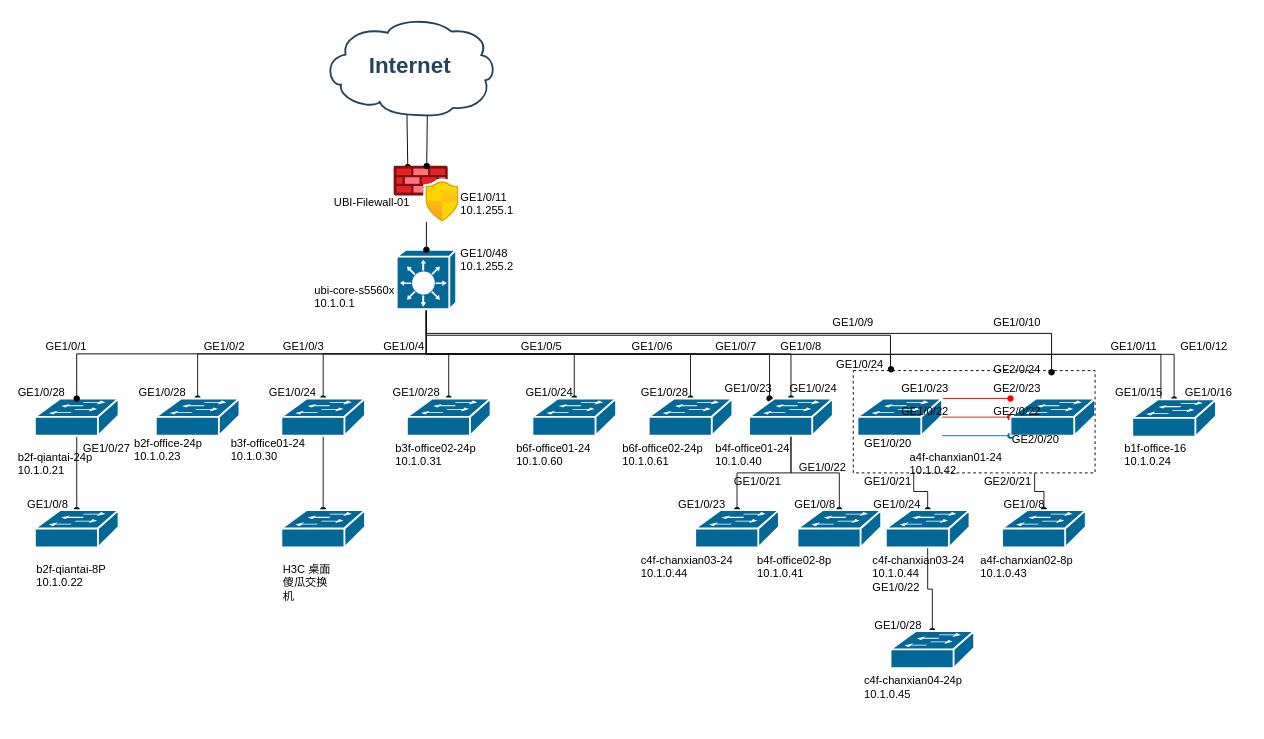
wz-sk/test keeps this draw.io diagram as 拓扑图.drawio. Above is the earlier version. Source tidied: cells renumbered, new cells numbered last; positions are measured from the earlier drawing's top-left corner, leaving out a move shared by most shapes. Both pictures are drawn from the tidied source at 93%, with x=0, y=0 at pixel (16, 17).
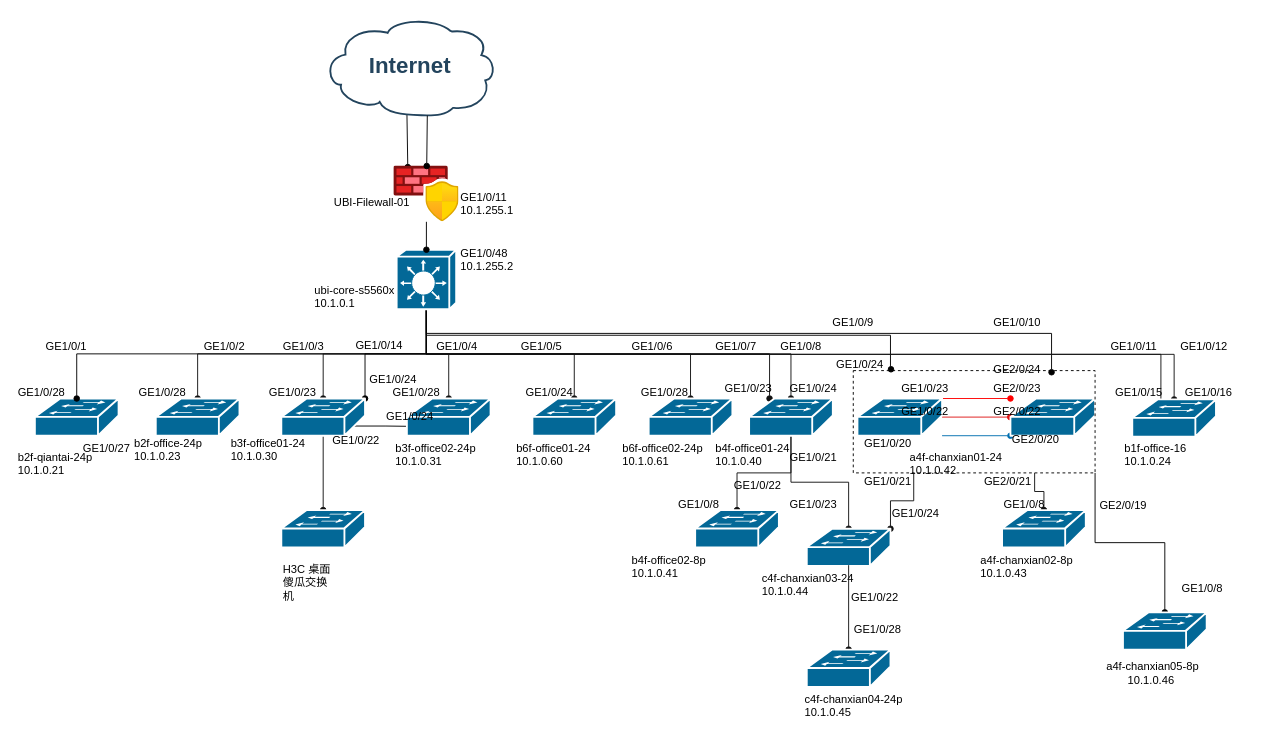
The same diagram, later.

Commit message:
拓扑图更新

Unchanged cells that the change refers to:
```xml
<mxCell id="5" style="shape=mxgraph.cisco.switches.workgroup_switch;sketch=0;html=1;dashed=0;fillColor=#036897;strokeColor=#ffffff;strokeWidth=2;verticalLabelPosition=bottom;verticalAlign=top;align=center;outlineConnect=0;" parent="1" vertex="1">
  <mxGeometry x="20" y="410" width="90" height="40" as="geometry" />
</mxCell>
<mxCell id="18" style="shape=mxgraph.cisco.switches.layer_3_switch;sketch=0;html=1;dashed=0;fillColor=#036897;strokeColor=#ffffff;strokeWidth=2;verticalLabelPosition=bottom;verticalAlign=top;align=center;outlineConnect=0;" parent="1" vertex="1">
  <mxGeometry x="409" y="250" width="64" height="64" as="geometry" />
</mxCell>
<mxCell id="68" style="shape=mxgraph.cisco.switches.workgroup_switch;sketch=0;html=1;dashed=0;fillColor=#036897;strokeColor=#ffffff;strokeWidth=2;verticalLabelPosition=bottom;verticalAlign=top;align=center;outlineConnect=0;" parent="1" vertex="1">
  <mxGeometry x="285" y="410" width="90" height="40" as="geometry" />
</mxCell>
<mxCell id="69" style="shape=mxgraph.cisco.switches.workgroup_switch;sketch=0;html=1;dashed=0;fillColor=#036897;strokeColor=#ffffff;strokeWidth=2;verticalLabelPosition=bottom;verticalAlign=top;align=center;outlineConnect=0;" parent="1" vertex="1">
  <mxGeometry x="420" y="410" width="90" height="40" as="geometry" />
</mxCell>
<mxCell id="77" style="rounded=0;whiteSpace=wrap;html=1;fillColor=none;dashed=1;" parent="1" vertex="1">
  <mxGeometry x="900" y="380" width="260" height="110" as="geometry" />
</mxCell>
```

What changed in the source:
```diff
@@
-    <mxCell id="4" style="edgeStyle=orthogonalEdgeStyle;rounded=0;jettySize=auto;html=1;exitX=0.5;exitY=0.98;exitDx=0;exitDy=0;exitPerimeter=0;entryX=0.5;entryY=0;entryDx=0;entryDy=0;entryPerimeter=0;strokeColor=#121212;endArrow=oval;endFill=1;" parent="1" edge="1" source="5" target="65">
-      <mxGeometry relative="1" as="geometry" />
-    </mxCell>
@@
+    <mxCell id="111" style="edgeStyle=orthogonalEdgeStyle;rounded=0;jettySize=auto;html=1;exitX=0.5;exitY=1;exitDx=0;exitDy=0;exitPerimeter=0;entryX=1;entryY=0;entryDx=0;entryDy=0;entryPerimeter=0;endArrow=oval;endFill=1;" parent="1" edge="1" source="18" target="68">
+      <mxGeometry relative="1" as="geometry" />
+    </mxCell>
@@
-    <mxCell id="38" value="b2f-qiantai-8P&lt;br&gt;10.1.0.22" style="text;whiteSpace=wrap;html=1;" parent="1" vertex="1">
-      <mxGeometry x="20" y="580" width="110" height="40" as="geometry" />
-    </mxCell>
@@
-    <mxCell id="40" value="GE1/0/8" style="text;whiteSpace=wrap;html=1;" parent="1" vertex="1">
-      <mxGeometry x="10" y="510" width="60" height="40" as="geometry" />
-    </mxCell>
@@
-    <mxCell id="45" value="GE1/0/24" style="text;whiteSpace=wrap;html=1;" parent="1" vertex="1">
+    <mxCell id="45" value="GE1/0/23" style="text;whiteSpace=wrap;html=1;" parent="1" vertex="1">
       <mxGeometry x="270" y="390" width="70" height="40" as="geometry" />
     </mxCell>
@@
     <mxCell id="49" value="GE1/0/4" style="text;whiteSpace=wrap;html=1;" parent="1" vertex="1">
-      <mxGeometry x="393" y="340" width="57" height="40" as="geometry" />
+      <mxGeometry x="450" y="340" width="57" height="40" as="geometry" />
     </mxCell>
@@
-    <mxCell id="65" style="shape=mxgraph.cisco.switches.workgroup_switch;sketch=0;html=1;dashed=0;fillColor=#036897;strokeColor=#ffffff;strokeWidth=2;verticalLabelPosition=bottom;verticalAlign=top;align=center;outlineConnect=0;" parent="1" vertex="1">
-      <mxGeometry x="20" y="530" width="90" height="40" as="geometry" />
-    </mxCell>
@@
+    <mxCell id="112" style="edgeStyle=orthogonalEdgeStyle;rounded=0;jettySize=auto;html=1;exitX=0.87;exitY=0.74;exitDx=0;exitDy=0;exitPerimeter=0;entryX=0.111;entryY=0.75;entryDx=0;entryDy=0;entryPerimeter=0;" parent="1" edge="1" source="68" target="69">
+      <mxGeometry relative="1" as="geometry" />
+    </mxCell>
@@
-    <mxCell id="75" style="edgeStyle=orthogonalEdgeStyle;rounded=0;jettySize=auto;html=1;exitX=0.25;exitY=1;exitDx=0;exitDy=0;strokeColor=#121212;endArrow=oval;endFill=1;" parent="1" edge="1" source="77" target="99">
+    <mxCell id="75" style="edgeStyle=orthogonalEdgeStyle;rounded=0;jettySize=auto;html=1;exitX=0.25;exitY=1;exitDx=0;exitDy=0;strokeColor=#121212;endArrow=oval;endFill=1;entryX=1;entryY=0;entryDx=0;entryDy=0;entryPerimeter=0;" parent="1" edge="1" source="77" target="87">
       <mxGeometry relative="1" as="geometry" />
     </mxCell>
@@
+    <mxCell id="113" style="edgeStyle=orthogonalEdgeStyle;rounded=0;jettySize=auto;html=1;exitX=1;exitY=1;exitDx=0;exitDy=0;endArrow=oval;endFill=1;entryX=0.5;entryY=0;entryDx=0;entryDy=0;entryPerimeter=0;" parent="1" edge="1" source="77" target="118">
+      <mxGeometry relative="1" as="geometry" />
+    </mxCell>
@@
     <mxCell id="87" style="shape=mxgraph.cisco.switches.workgroup_switch;sketch=0;html=1;dashed=0;fillColor=#036897;strokeColor=#ffffff;strokeWidth=2;verticalLabelPosition=bottom;verticalAlign=top;align=center;outlineConnect=0;" parent="1" vertex="1">
-      <mxGeometry x="840" y="530" width="90" height="40" as="geometry" />
+      <mxGeometry x="850" y="550" width="90" height="40" as="geometry" />
     </mxCell>
     <mxCell id="88" value="c4f-chanxian03-24&lt;br&gt;10.1.0.44" style="text;whiteSpace=wrap;html=1;" parent="1" vertex="1">
-      <mxGeometry x="670" y="570" width="130" height="40" as="geometry" />
+      <mxGeometry x="800" y="590" width="130" height="40" as="geometry" />
     </mxCell>
     <mxCell id="89" value="GE1/0/23" style="text;whiteSpace=wrap;html=1;" parent="1" vertex="1">
-      <mxGeometry x="710" y="510" width="70" height="40" as="geometry" />
+      <mxGeometry x="830" y="510" width="70" height="40" as="geometry" />
     </mxCell>
     <mxCell id="90" value="GE1/0/21" style="text;whiteSpace=wrap;html=1;" parent="1" vertex="1">
-      <mxGeometry x="770" y="485" width="80" height="40" as="geometry" />
+      <mxGeometry x="830" y="460" width="80" height="40" as="geometry" />
     </mxCell>
     <mxCell id="91" value="b4f-office02-8p&lt;br&gt;10.1.0.41" style="text;whiteSpace=wrap;html=1;" parent="1" vertex="1">
-      <mxGeometry x="795" y="570" width="110" height="40" as="geometry" />
+      <mxGeometry x="660" y="570" width="110" height="40" as="geometry" />
     </mxCell>
     <mxCell id="92" value="GE1/0/8" style="text;whiteSpace=wrap;html=1;" parent="1" vertex="1">
-      <mxGeometry x="835" y="510" width="60" height="40" as="geometry" />
+      <mxGeometry x="710" y="510" width="60" height="40" as="geometry" />
     </mxCell>
     <mxCell id="93" value="GE1/0/22" style="text;whiteSpace=wrap;html=1;" parent="1" vertex="1">
-      <mxGeometry x="840" y="470" width="60" height="30" as="geometry" />
+      <mxGeometry x="770" y="490" width="60" height="30" as="geometry" />
     </mxCell>
@@
-    <mxCell id="98" style="edgeStyle=orthogonalEdgeStyle;rounded=0;jettySize=auto;html=1;exitX=0.5;exitY=0.98;exitDx=0;exitDy=0;exitPerimeter=0;strokeColor=#121212;endArrow=oval;endFill=1;" parent="1" edge="1" source="99" target="107">
+    <mxCell id="98" style="edgeStyle=orthogonalEdgeStyle;rounded=0;jettySize=auto;html=1;strokeColor=#121212;endArrow=oval;endFill=1;exitX=0.5;exitY=0.98;exitDx=0;exitDy=0;exitPerimeter=0;" parent="1" edge="1" source="87" target="107">
       <mxGeometry relative="1" as="geometry" />
     </mxCell>
-    <mxCell id="99" style="shape=mxgraph.cisco.switches.workgroup_switch;sketch=0;html=1;dashed=0;fillColor=#036897;strokeColor=#ffffff;strokeWidth=2;verticalLabelPosition=bottom;verticalAlign=top;align=center;outlineConnect=0;" parent="1" vertex="1">
-      <mxGeometry x="935" y="530" width="90" height="40" as="geometry" />
-    </mxCell>
@@
-    <mxCell id="101" value="c4f-chanxian03-24&lt;br&gt;10.1.0.44" style="text;whiteSpace=wrap;html=1;" parent="1" vertex="1">
-      <mxGeometry x="919" y="570" width="130" height="40" as="geometry" />
-    </mxCell>
     <mxCell id="102" value="GE1/0/24" style="text;whiteSpace=wrap;html=1;" parent="1" vertex="1">
-      <mxGeometry x="919.5" y="510" width="61" height="30" as="geometry" />
+      <mxGeometry x="940" y="520" width="61" height="30" as="geometry" />
     </mxCell>
@@
     <mxCell id="107" style="shape=mxgraph.cisco.switches.workgroup_switch;sketch=0;html=1;dashed=0;fillColor=#036897;strokeColor=#ffffff;strokeWidth=2;verticalLabelPosition=bottom;verticalAlign=top;align=center;outlineConnect=0;" parent="1" vertex="1">
-      <mxGeometry x="940" y="660" width="90" height="40" as="geometry" />
+      <mxGeometry x="850" y="680" width="90" height="40" as="geometry" />
     </mxCell>
     <mxCell id="108" value="c4f-chanxian04-24p&lt;br&gt;10.1.0.45" style="text;whiteSpace=wrap;html=1;" parent="1" vertex="1">
-      <mxGeometry x="910" y="700" width="140" height="40" as="geometry" />
+      <mxGeometry x="845.5" y="720" width="140" height="40" as="geometry" />
     </mxCell>
     <mxCell id="109" value="GE1/0/28" style="text;whiteSpace=wrap;html=1;" parent="1" vertex="1">
-      <mxGeometry x="920.5" y="640" width="60" height="30" as="geometry" />
+      <mxGeometry x="899" y="645" width="60" height="30" as="geometry" />
     </mxCell>
     <mxCell id="110" value="GE1/0/22" style="text;whiteSpace=wrap;html=1;" parent="1" vertex="1">
-      <mxGeometry x="919" y="600" width="60" height="30" as="geometry" />
+      <mxGeometry x="895.5" y="610" width="60" height="30" as="geometry" />
     </mxCell>
+    <mxCell id="114" value="GE1/0/14" style="text;html=1;align=center;verticalAlign=middle;strokeColor=none;fillColor=none;" parent="1" vertex="1">
+      <mxGeometry x="355" y="338" width="70" height="30" as="geometry" />
+    </mxCell>
+    <mxCell id="115" value="GE1/0/24" style="text;html=1;align=center;verticalAlign=middle;strokeColor=none;fillColor=none;" parent="1" vertex="1">
+      <mxGeometry x="370" y="375" width="70" height="30" as="geometry" />
+    </mxCell>
+    <mxCell id="116" value="GE1/0/22" style="text;html=1;align=center;verticalAlign=middle;strokeColor=none;fillColor=none;" parent="1" vertex="1">
+      <mxGeometry x="330" y="440" width="70" height="30" as="geometry" />
+    </mxCell>
+    <mxCell id="117" value="GE1/0/24" style="text;html=1;align=center;verticalAlign=middle;strokeColor=none;fillColor=none;" parent="1" vertex="1">
+      <mxGeometry x="388" y="415" width="70" height="30" as="geometry" />
+    </mxCell>
+    <mxCell id="118" style="shape=mxgraph.cisco.switches.workgroup_switch;sketch=0;html=1;dashed=0;fillColor=#036897;strokeColor=#ffffff;strokeWidth=2;verticalLabelPosition=bottom;verticalAlign=top;align=center;outlineConnect=0;" parent="1" vertex="1">
+      <mxGeometry x="1190" y="640" width="90" height="40" as="geometry" />
+    </mxCell>
+    <mxCell id="119" value="GE2/0/19" style="text;html=1;align=center;verticalAlign=middle;strokeColor=none;fillColor=none;" parent="1" vertex="1">
+      <mxGeometry x="1154.5" y="510" width="70" height="30" as="geometry" />
+    </mxCell>
+    <mxCell id="40" value="GE1/0/8" style="text;html=1;align=center;verticalAlign=middle;strokeColor=none;fillColor=none;" parent="1" vertex="1">
+      <mxGeometry x="1240" y="600" width="70" height="30" as="geometry" />
+    </mxCell>
+    <mxCell id="120" value="&amp;nbsp;a4f-chanxian05-8p&lt;br&gt;10.1.0.46" style="text;html=1;align=center;verticalAlign=middle;strokeColor=none;fillColor=none;" parent="1" vertex="1">
+      <mxGeometry x="1155" y="685" width="130" height="40" as="geometry" />
+    </mxCell>
```
